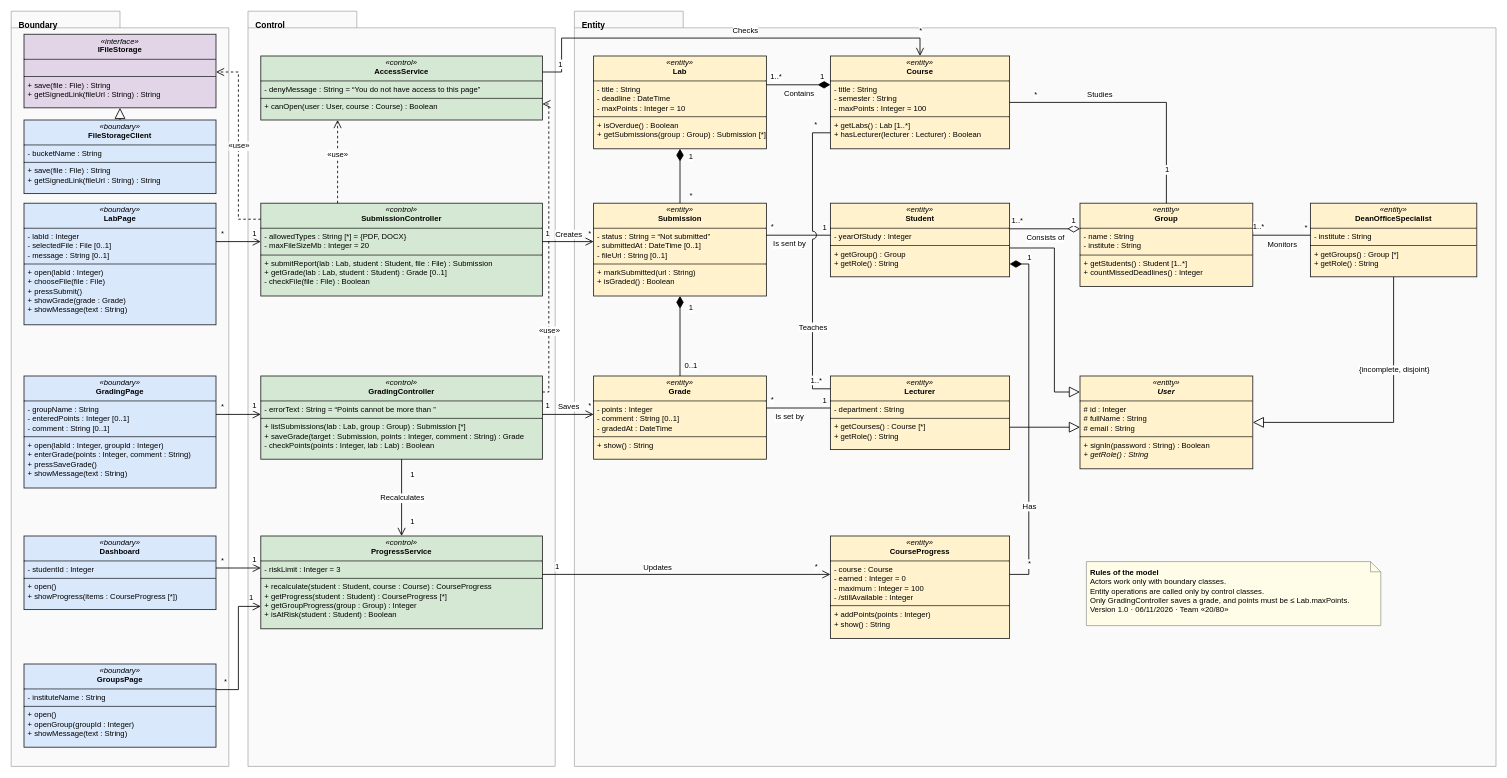
Above: BA/Part 5_Diagramming UML-20260912/Done/AI/Artifacts/3. Class Diagram_VNS.drawio in yarikshevchuk/business-analysis (draw.io), before the change. Source tidied: cells renumbered, new cells numbered last; positions are measured from the earlier drawing's top-left corner, leaving out a move shared by most shapes. Both pictures are drawn from the tidied source at 64%, with x=0, y=0 at pixel (11, 11).
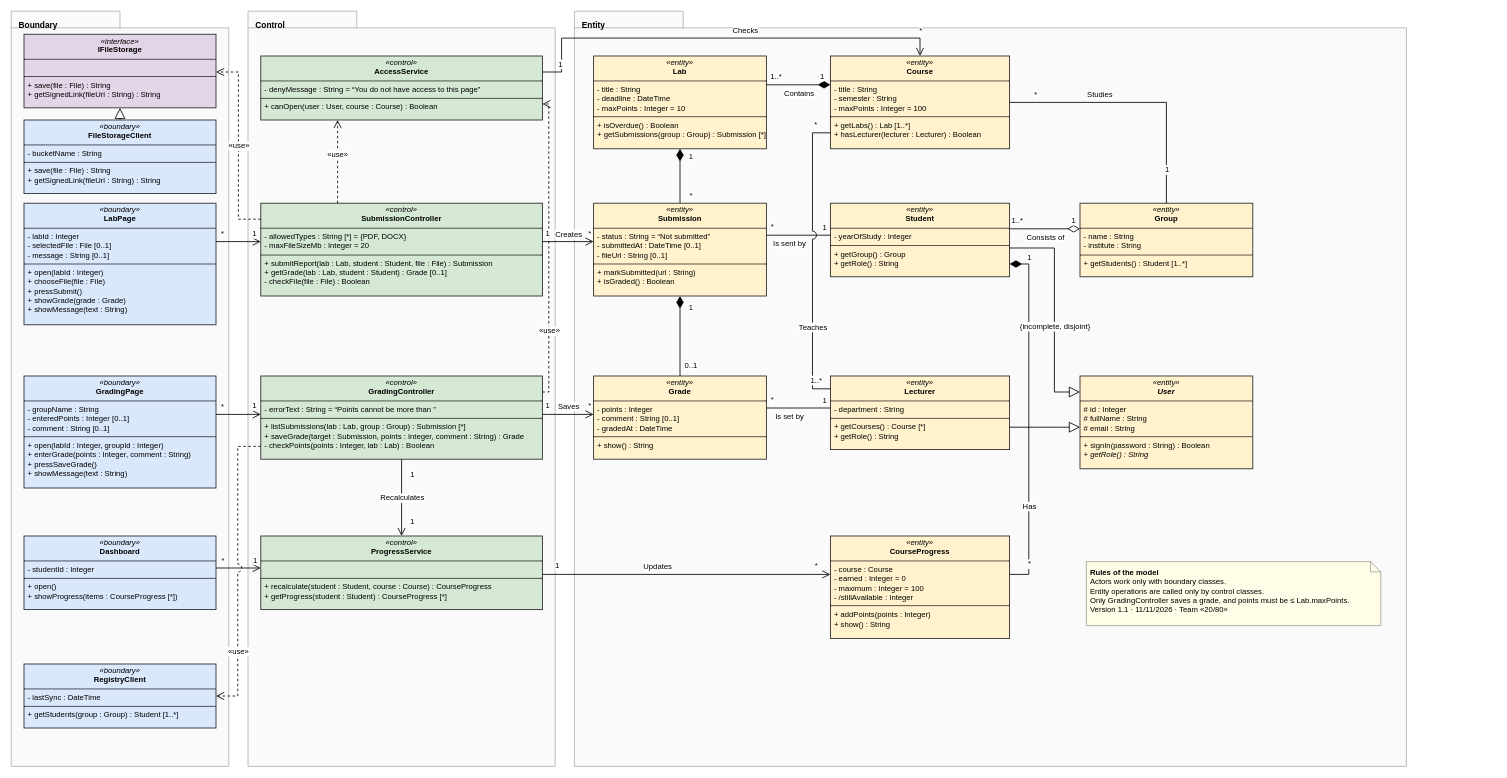
Above is the later version.

Unchanged cells that the change refers to:
```xml
<mxCell id="7" value="&lt;p style=&quot;margin:4px 0 4px 0;text-align:center&quot;&gt;&lt;i&gt;«boundary»&lt;/i&gt;&lt;br&gt;&lt;b&gt;Dashboard&lt;/b&gt;&lt;/p&gt;&lt;hr size=&quot;1&quot; style=&quot;border-style:solid;&quot;&gt;&lt;p style=&quot;margin:2px 0 2px 6px&quot;&gt;- studentId : Integer&lt;/p&gt;&lt;hr size=&quot;1&quot; style=&quot;border-style:solid;&quot;&gt;&lt;p style=&quot;margin:2px 0 2px 6px&quot;&gt;+ open()&lt;br&gt;+ showProgress(items : CourseProgress [*])&lt;/p&gt;" style="verticalAlign=top;align=left;overflow=fill;html=1;whiteSpace=wrap;fontSize=12;strokeWidth=1.3;strokeColor=#222222;fillColor=#dae8fc;" parent="1" vertex="1">
  <mxGeometry x="20" y="820" width="300" height="115" as="geometry" />
</mxCell>
<mxCell id="13" value="&lt;p style=&quot;margin:4px 0 4px 0;text-align:center&quot;&gt;&lt;i&gt;«control»&lt;/i&gt;&lt;br&gt;&lt;b&gt;GradingController&lt;/b&gt;&lt;/p&gt;&lt;hr size=&quot;1&quot; style=&quot;border-style:solid;&quot;&gt;&lt;p style=&quot;margin:2px 0 2px 6px&quot;&gt;- errorText : String = “Points cannot be more than ”&lt;/p&gt;&lt;hr size=&quot;1&quot; style=&quot;border-style:solid;&quot;&gt;&lt;p style=&quot;margin:2px 0 2px 6px&quot;&gt;+ listSubmissions(lab : Lab, group : Group) : Submission [*]&lt;br&gt;+ saveGrade(target : Submission, points : Integer, comment : String) : Grade&lt;br&gt;- checkPoints(points : Integer, lab : Lab) : Boolean&lt;/p&gt;" style="verticalAlign=top;align=left;overflow=fill;html=1;whiteSpace=wrap;fontSize=12;strokeWidth=1.3;strokeColor=#222222;fillColor=#d5e8d4;" parent="1" vertex="1">
  <mxGeometry x="390" y="570" width="440" height="130" as="geometry" />
</mxCell>
<mxCell id="19" value="&lt;p style=&quot;margin:4px 0 4px 0;text-align:center&quot;&gt;&lt;i&gt;«entity»&lt;/i&gt;&lt;br&gt;&lt;b&gt;Student&lt;/b&gt;&lt;/p&gt;&lt;hr size=&quot;1&quot; style=&quot;border-style:solid;&quot;&gt;&lt;p style=&quot;margin:2px 0 2px 6px&quot;&gt;- yearOfStudy : Integer&lt;/p&gt;&lt;hr size=&quot;1&quot; style=&quot;border-style:solid;&quot;&gt;&lt;p style=&quot;margin:2px 0 2px 6px&quot;&gt;+ getGroup() : Group&lt;br&gt;+ getRole() : String&lt;/p&gt;" style="verticalAlign=top;align=left;overflow=fill;html=1;whiteSpace=wrap;fontSize=12;strokeWidth=1.3;strokeColor=#222222;fillColor=#fff2cc;" parent="1" vertex="1">
  <mxGeometry x="1280" y="300" width="280" height="115" as="geometry" />
</mxCell>
<mxCell id="21" value="&lt;p style=&quot;margin:4px 0 4px 0;text-align:center&quot;&gt;&lt;i&gt;«entity»&lt;/i&gt;&lt;br&gt;&lt;b&gt;CourseProgress&lt;/b&gt;&lt;/p&gt;&lt;hr size=&quot;1&quot; style=&quot;border-style:solid;&quot;&gt;&lt;p style=&quot;margin:2px 0 2px 6px&quot;&gt;- course : Course&lt;br&gt;- earned : Integer = 0&lt;br&gt;- maximum : Integer = 100&lt;br&gt;- /stillAvailable : Integer&lt;/p&gt;&lt;hr size=&quot;1&quot; style=&quot;border-style:solid;&quot;&gt;&lt;p style=&quot;margin:2px 0 2px 6px&quot;&gt;+ addPoints(points : Integer)&lt;br&gt;+ show() : String&lt;/p&gt;" style="verticalAlign=top;align=left;overflow=fill;html=1;whiteSpace=wrap;fontSize=12;strokeWidth=1.3;strokeColor=#222222;fillColor=#fff2cc;" parent="1" vertex="1">
  <mxGeometry x="1280" y="820" width="280" height="160" as="geometry" />
</mxCell>
<mxCell id="23" value="&lt;p style=&quot;margin:4px 0 4px 0;text-align:center&quot;&gt;&lt;i&gt;«entity»&lt;/i&gt;&lt;br&gt;&lt;b&gt;&lt;i&gt;User&lt;/i&gt;&lt;/b&gt;&lt;/p&gt;&lt;hr size=&quot;1&quot; style=&quot;border-style:solid;&quot;&gt;&lt;p style=&quot;margin:2px 0 2px 6px&quot;&gt;# id : Integer&lt;br&gt;# fullName : String&lt;br&gt;# email : String&lt;/p&gt;&lt;hr size=&quot;1&quot; style=&quot;border-style:solid;&quot;&gt;&lt;p style=&quot;margin:2px 0 2px 6px&quot;&gt;+ signIn(password : String) : Boolean&lt;br&gt;&lt;i&gt;+ getRole() : String&lt;/i&gt;&lt;/p&gt;" style="verticalAlign=top;align=left;overflow=fill;html=1;whiteSpace=wrap;fontSize=12;strokeWidth=1.3;strokeColor=#222222;fillColor=#fff2cc;" parent="1" vertex="1">
  <mxGeometry x="1670" y="570" width="270" height="145" as="geometry" />
</mxCell>
<mxCell id="102" style="endArrow=block;endFill=0;endSize=14;edgeStyle=orthogonalEdgeStyle;rounded=0;jumpStyle=arc;jumpSize=12;exitX=1;exitY=0.6087;exitDx=0;exitDy=0;entryX=0;entryY=0.1724;entryDx=0;entryDy=0;html=1;strokeWidth=1.3;fontSize=12;" parent="1" edge="1" source="19" target="23">
  <mxGeometry relative="1" as="geometry">
    <Array as="points">
      <mxPoint x="1630" y="370" />
      <mxPoint x="1630" y="595" />
    </Array>
  </mxGeometry>
</mxCell>
```

Diff of the diagram source:
```diff
@@
     <mxCell id="4" value="Entity" style="shape=folder;fontStyle=1;spacingTop=8;tabWidth=170;tabHeight=26;tabPosition=left;html=1;whiteSpace=wrap;verticalAlign=top;align=left;spacingLeft=10;fontSize=13;fillColor=#fafafa;strokeColor=#999999;" parent="1" vertex="1">
-      <mxGeometry x="880" width="1440" height="1180" as="geometry" />
+      <mxGeometry x="880" width="1300" height="1180" as="geometry" />
     </mxCell>
@@
-    <mxCell id="8" value="&lt;p style=&quot;margin:4px 0 4px 0;text-align:center&quot;&gt;&lt;i&gt;«boundary»&lt;/i&gt;&lt;br&gt;&lt;b&gt;GroupsPage&lt;/b&gt;&lt;/p&gt;&lt;hr size=&quot;1&quot; style=&quot;border-style:solid;&quot;&gt;&lt;p style=&quot;margin:2px 0 2px 6px&quot;&gt;- instituteName : String&lt;/p&gt;&lt;hr size=&quot;1&quot; style=&quot;border-style:solid;&quot;&gt;&lt;p style=&quot;margin:2px 0 2px 6px&quot;&gt;+ open()&lt;br&gt;+ openGroup(groupId : Integer)&lt;br&gt;+ showMessage(text : String)&lt;/p&gt;" style="verticalAlign=top;align=left;overflow=fill;html=1;whiteSpace=wrap;fontSize=12;strokeWidth=1.3;strokeColor=#222222;fillColor=#dae8fc;" parent="1" vertex="1">
-      <mxGeometry x="20" y="1020" width="300" height="130" as="geometry" />
-    </mxCell>
@@
-    <mxCell id="14" value="&lt;p style=&quot;margin:4px 0 4px 0;text-align:center&quot;&gt;&lt;i&gt;«control»&lt;/i&gt;&lt;br&gt;&lt;b&gt;ProgressService&lt;/b&gt;&lt;/p&gt;&lt;hr size=&quot;1&quot; style=&quot;border-style:solid;&quot;&gt;&lt;p style=&quot;margin:2px 0 2px 6px&quot;&gt;- riskLimit : Integer = 3&lt;/p&gt;&lt;hr size=&quot;1&quot; style=&quot;border-style:solid;&quot;&gt;&lt;p style=&quot;margin:2px 0 2px 6px&quot;&gt;+ recalculate(student : Student, course : Course) : CourseProgress&lt;br&gt;+ getProgress(student : Student) : CourseProgress [*]&lt;br&gt;+ getGroupProgress(group : Group) : Integer&lt;br&gt;+ isAtRisk(student : Student) : Boolean&lt;/p&gt;" style="verticalAlign=top;align=left;overflow=fill;html=1;whiteSpace=wrap;fontSize=12;strokeWidth=1.3;strokeColor=#222222;fillColor=#d5e8d4;" parent="1" vertex="1">
-      <mxGeometry x="390" y="820" width="440" height="145" as="geometry" />
+    <mxCell id="14" value="&lt;p style=&quot;margin:4px 0 4px 0;text-align:center&quot;&gt;&lt;i&gt;«control»&lt;/i&gt;&lt;br&gt;&lt;b&gt;ProgressService&lt;/b&gt;&lt;/p&gt;&lt;hr size=&quot;1&quot; style=&quot;border-style:solid;&quot;&gt;&lt;p style=&quot;margin:2px 0 2px 6px&quot;&gt;&amp;nbsp;&lt;/p&gt;&lt;hr size=&quot;1&quot; style=&quot;border-style:solid;&quot;&gt;&lt;p style=&quot;margin:2px 0 2px 6px&quot;&gt;+ recalculate(student : Student, course : Course) : CourseProgress&lt;br&gt;+ getProgress(student : Student) : CourseProgress [*]&lt;/p&gt;" style="verticalAlign=top;align=left;overflow=fill;html=1;whiteSpace=wrap;fontSize=12;strokeWidth=1.3;strokeColor=#222222;fillColor=#d5e8d4;" parent="1" vertex="1">
+      <mxGeometry x="390" y="820" width="440" height="115" as="geometry" />
     </mxCell>
@@
-    <mxCell id="22" value="&lt;p style=&quot;margin:4px 0 4px 0;text-align:center&quot;&gt;&lt;i&gt;«entity»&lt;/i&gt;&lt;br&gt;&lt;b&gt;Group&lt;/b&gt;&lt;/p&gt;&lt;hr size=&quot;1&quot; style=&quot;border-style:solid;&quot;&gt;&lt;p style=&quot;margin:2px 0 2px 6px&quot;&gt;- name : String&lt;br&gt;- institute : String&lt;/p&gt;&lt;hr size=&quot;1&quot; style=&quot;border-style:solid;&quot;&gt;&lt;p style=&quot;margin:2px 0 2px 6px&quot;&gt;+ getStudents() : Student [1..*]&lt;br&gt;+ countMissedDeadlines() : Integer&lt;/p&gt;" style="verticalAlign=top;align=left;overflow=fill;html=1;whiteSpace=wrap;fontSize=12;strokeWidth=1.3;strokeColor=#222222;fillColor=#fff2cc;" parent="1" vertex="1">
-      <mxGeometry x="1670" y="300" width="270" height="130" as="geometry" />
+    <mxCell id="22" value="&lt;p style=&quot;margin:4px 0 4px 0;text-align:center&quot;&gt;&lt;i&gt;«entity»&lt;/i&gt;&lt;br&gt;&lt;b&gt;Group&lt;/b&gt;&lt;/p&gt;&lt;hr size=&quot;1&quot; style=&quot;border-style:solid;&quot;&gt;&lt;p style=&quot;margin:2px 0 2px 6px&quot;&gt;- name : String&lt;br&gt;- institute : String&lt;/p&gt;&lt;hr size=&quot;1&quot; style=&quot;border-style:solid;&quot;&gt;&lt;p style=&quot;margin:2px 0 2px 6px&quot;&gt;+ getStudents() : Student [1..*]&lt;/p&gt;" style="verticalAlign=top;align=left;overflow=fill;html=1;whiteSpace=wrap;fontSize=12;strokeWidth=1.3;strokeColor=#222222;fillColor=#fff2cc;" parent="1" vertex="1">
+      <mxGeometry x="1670" y="300" width="270" height="115" as="geometry" />
     </mxCell>
@@
-    <mxCell id="24" value="&lt;p style=&quot;margin:4px 0 4px 0;text-align:center&quot;&gt;&lt;i&gt;«entity»&lt;/i&gt;&lt;br&gt;&lt;b&gt;DeanOfficeSpecialist&lt;/b&gt;&lt;/p&gt;&lt;hr size=&quot;1&quot; style=&quot;border-style:solid;&quot;&gt;&lt;p style=&quot;margin:2px 0 2px 6px&quot;&gt;- institute : String&lt;/p&gt;&lt;hr size=&quot;1&quot; style=&quot;border-style:solid;&quot;&gt;&lt;p style=&quot;margin:2px 0 2px 6px&quot;&gt;+ getGroups() : Group [*]&lt;br&gt;+ getRole() : String&lt;/p&gt;" style="verticalAlign=top;align=left;overflow=fill;html=1;whiteSpace=wrap;fontSize=12;strokeWidth=1.3;strokeColor=#222222;fillColor=#fff2cc;" parent="1" vertex="1">
-      <mxGeometry x="2030" y="300" width="260" height="115" as="geometry" />
-    </mxCell>
@@
-    <mxCell id="31" style="endArrow=open;endSize=10;exitX=1;exitY=0.4348;exitDx=0;exitDy=0;entryX=0;entryY=0.3448;entryDx=0;entryDy=0;html=1;strokeWidth=1.3;fontSize=12;" parent="1" edge="1" source="7" target="14">
+    <mxCell id="31" style="endArrow=open;endSize=10;exitX=1;exitY=0.4348;exitDx=0;exitDy=0;entryX=0;entryY=0.4348;entryDx=0;entryDy=0;html=1;strokeWidth=1.3;fontSize=12;" parent="1" edge="1" source="7" target="14">
       <mxGeometry relative="1" as="geometry" />
     </mxCell>
@@
-    <mxCell id="34" style="endArrow=open;endSize=10;edgeStyle=orthogonalEdgeStyle;rounded=0;jumpStyle=arc;jumpSize=12;exitX=1;exitY=0.3077;exitDx=0;exitDy=0;entryX=0;entryY=0.7586;entryDx=0;entryDy=0;html=1;strokeWidth=1.3;fontSize=12;" parent="1" edge="1" source="8" target="14">
-      <mxGeometry relative="1" as="geometry">
-        <Array as="points">
-          <mxPoint x="355" y="1060" />
-          <mxPoint x="355" y="930" />
-        </Array>
-      </mxGeometry>
-    </mxCell>
-    <mxCell id="35" value="*" style="edgeLabel;html=1;align=center;verticalAlign=middle;fontSize=12;labelBackgroundColor=#ffffff;" parent="34" vertex="1">
-      <mxGeometry x="-0.85" relative="1" as="geometry">
-        <mxPoint y="-13" as="offset" />
-      </mxGeometry>
-    </mxCell>
-    <mxCell id="36" value="1" style="edgeLabel;html=1;align=center;verticalAlign=middle;fontSize=12;labelBackgroundColor=#ffffff;" parent="34" vertex="1">
-      <mxGeometry x="0.85" relative="1" as="geometry">
-        <mxPoint y="-13" as="offset" />
-      </mxGeometry>
-    </mxCell>
@@
-    <mxCell id="56" style="endArrow=open;endSize=10;exitX=1;exitY=0.4138;exitDx=0;exitDy=0;entryX=0;entryY=0.375;entryDx=0;entryDy=0;html=1;strokeWidth=1.3;fontSize=12;" parent="1" edge="1" source="14" target="21">
+    <mxCell id="56" style="endArrow=open;endSize=10;exitX=1;exitY=0.5217;exitDx=0;exitDy=0;entryX=0;entryY=0.375;entryDx=0;entryDy=0;html=1;strokeWidth=1.3;fontSize=12;" parent="1" edge="1" source="14" target="21">
       <mxGeometry relative="1" as="geometry" />
     </mxCell>
@@
-    <mxCell id="90" style="startArrow=diamondThin;startFill=0;startSize=16;endArrow=none;exitX=0;exitY=0.3077;exitDx=0;exitDy=0;entryX=1;entryY=0.3478;entryDx=0;entryDy=0;html=1;strokeWidth=1.3;fontSize=12;" parent="1" edge="1" source="22" target="19">
+    <mxCell id="90" style="startArrow=diamondThin;startFill=0;startSize=16;endArrow=none;exitX=0;exitY=0.3478;exitDx=0;exitDy=0;entryX=1;entryY=0.3478;entryDx=0;entryDy=0;html=1;strokeWidth=1.3;fontSize=12;" parent="1" edge="1" source="22" target="19">
       <mxGeometry relative="1" as="geometry" />
     </mxCell>
@@
-    <mxCell id="98" style="endArrow=none;exitX=0;exitY=0.4348;exitDx=0;exitDy=0;entryX=1;entryY=0.3846;entryDx=0;entryDy=0;html=1;strokeWidth=1.3;fontSize=12;" parent="1" edge="1" source="24" target="22">
-      <mxGeometry relative="1" as="geometry" />
-    </mxCell>
-    <mxCell id="99" value="Monitors" style="edgeLabel;html=1;align=center;verticalAlign=middle;fontSize=12;labelBackgroundColor=#ffffff;" parent="98" vertex="1">
-      <mxGeometry relative="1" as="geometry">
-        <mxPoint y="14" as="offset" />
-      </mxGeometry>
-    </mxCell>
-    <mxCell id="100" value="*" style="edgeLabel;html=1;align=center;verticalAlign=middle;fontSize=12;labelBackgroundColor=#ffffff;" parent="98" vertex="1">
-      <mxGeometry x="-0.82" relative="1" as="geometry">
-        <mxPoint y="-13" as="offset" />
-      </mxGeometry>
-    </mxCell>
-    <mxCell id="101" value="1..*" style="edgeLabel;html=1;align=center;verticalAlign=middle;fontSize=12;labelBackgroundColor=#ffffff;" parent="98" vertex="1">
-      <mxGeometry x="0.82" relative="1" as="geometry">
-        <mxPoint y="-13" as="offset" />
-      </mxGeometry>
-    </mxCell>
@@
-    <mxCell id="104" style="endArrow=block;endFill=0;endSize=14;edgeStyle=orthogonalEdgeStyle;rounded=0;jumpStyle=arc;jumpSize=12;exitX=0.5;exitY=1;exitDx=0;exitDy=0;entryX=1;entryY=0.5;entryDx=0;entryDy=0;html=1;strokeWidth=1.3;fontSize=12;" parent="1" edge="1" source="24" target="23">
-      <mxGeometry relative="1" as="geometry" />
-    </mxCell>
-    <mxCell id="105" value="{incomplete, disjoint}" style="edgeLabel;html=1;align=center;verticalAlign=middle;fontSize=12;labelBackgroundColor=#ffffff;" parent="104" vertex="1">
-      <mxGeometry x="-0.35" relative="1" as="geometry" />
+    <mxCell id="105" value="{incomplete, disjoint}" style="edgeLabel;html=1;align=center;verticalAlign=middle;fontSize=12;labelBackgroundColor=#ffffff;" parent="102" vertex="1">
+      <mxGeometry x="0.15" relative="1" as="geometry" />
     </mxCell>
-    <mxCell id="106" value="&lt;b&gt;Rules of the model&lt;/b&gt;&lt;br&gt;Actors work only with boundary classes.&lt;br&gt;Entity operations are called only by control classes.&lt;br&gt;Only GradingController saves a grade, and points must be ≤ Lab.maxPoints.&lt;br&gt;Version 1.0 · 06/11/2026 · Team «20/80»" style="shape=note;size=16;whiteSpace=wrap;html=1;align=left;verticalAlign=top;spacing=6;fontSize=12;fillColor=#fffde7;strokeColor=#888888;" parent="1" vertex="1">
+    <mxCell id="106" value="&lt;b&gt;Rules of the model&lt;/b&gt;&lt;br&gt;Actors work only with boundary classes.&lt;br&gt;Entity operations are called only by control classes.&lt;br&gt;Only GradingController saves a grade, and points must be ≤ Lab.maxPoints.&lt;br&gt;Version 1.1 · 11/11/2026 · Team «20/80»" style="shape=note;size=16;whiteSpace=wrap;html=1;align=left;verticalAlign=top;spacing=6;fontSize=12;fillColor=#fffde7;strokeColor=#888888;" parent="1" vertex="1">
       <mxGeometry x="1680" y="860" width="460" height="100" as="geometry" />
     </mxCell>
+    <mxCell id="107" value="&lt;p style=&quot;margin:4px 0 4px 0;text-align:center&quot;&gt;&lt;i&gt;«boundary»&lt;/i&gt;&lt;br&gt;&lt;b&gt;RegistryClient&lt;/b&gt;&lt;/p&gt;&lt;hr size=&quot;1&quot; style=&quot;border-style:solid;&quot;&gt;&lt;p style=&quot;margin:2px 0 2px 6px&quot;&gt;- lastSync : DateTime&lt;/p&gt;&lt;hr size=&quot;1&quot; style=&quot;border-style:solid;&quot;&gt;&lt;p style=&quot;margin:2px 0 2px 6px&quot;&gt;+ getStudents(group : Group) : Student [1..*]&lt;/p&gt;" style="verticalAlign=top;align=left;overflow=fill;html=1;whiteSpace=wrap;fontSize=12;strokeWidth=1.3;strokeColor=#222222;fillColor=#dae8fc;" parent="1" vertex="1">
+      <mxGeometry x="20" y="1020" width="300" height="100" as="geometry" />
+    </mxCell>
+    <mxCell id="108" style="dashed=1;endArrow=open;endSize=10;edgeStyle=orthogonalEdgeStyle;rounded=0;jumpStyle=arc;jumpSize=12;exitX=0;exitY=0.8462;exitDx=0;exitDy=0;entryX=1;entryY=0.5;entryDx=0;entryDy=0;html=1;strokeWidth=1.3;fontSize=12;" parent="1" edge="1" source="13" target="107">
+      <mxGeometry relative="1" as="geometry">
+        <Array as="points">
+          <mxPoint x="354" y="680" />
+          <mxPoint x="354" y="1070" />
+        </Array>
+      </mxGeometry>
+    </mxCell>
+    <mxCell id="109" value="«use»" style="edgeLabel;html=1;align=center;verticalAlign=middle;fontSize=12;labelBackgroundColor=#ffffff;" parent="108" vertex="1">
+      <mxGeometry x="0.55" relative="1" as="geometry" />
+    </mxCell>
```
